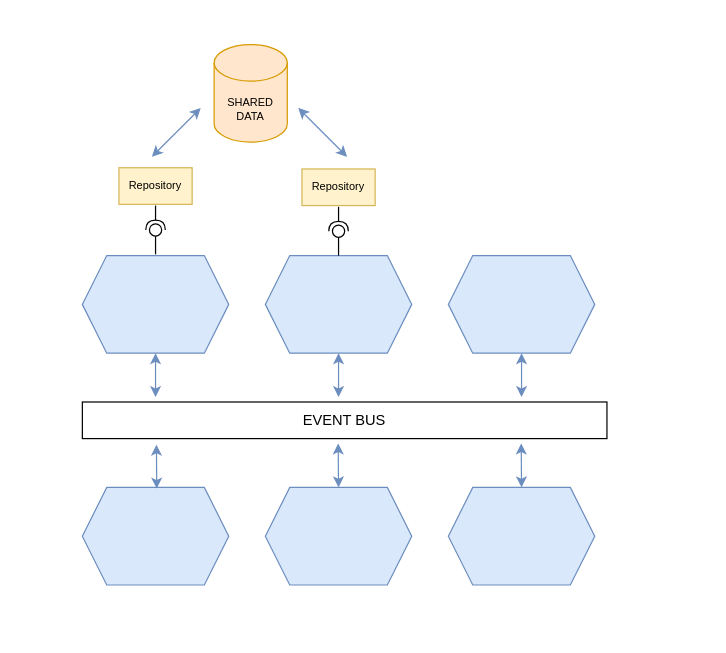
The draw.io diagram page "Shared Data" (5 of 11) of diagrams/1.drawio in alicemunsal/dohex, before the edit. Source tidied: cells renumbered, new cells numbered last; positions are measured from the earlier drawing's top-left corner, leaving out a move shared by most shapes. Both pictures are drawn from the tidied source at 122%, with x=0, y=0 at pixel (82, 44).
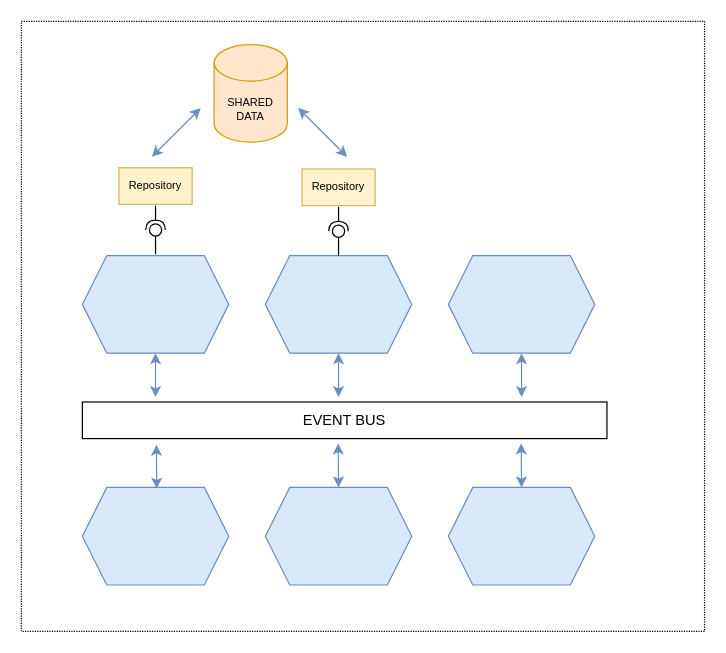
Above is the later version.

Diff of the diagram source:
```diff
@@
+    <mxCell id="28" style="rounded=0;whiteSpace=wrap;html=1;fontSize=12;strokeWidth=1;dashed=1;dashPattern=1 1;perimeterSpacing=1;fillColor=none;" parent="1" vertex="1">
+      <mxGeometry x="-50" y="-19" width="560" height="500" as="geometry" />
+    </mxCell>
```
